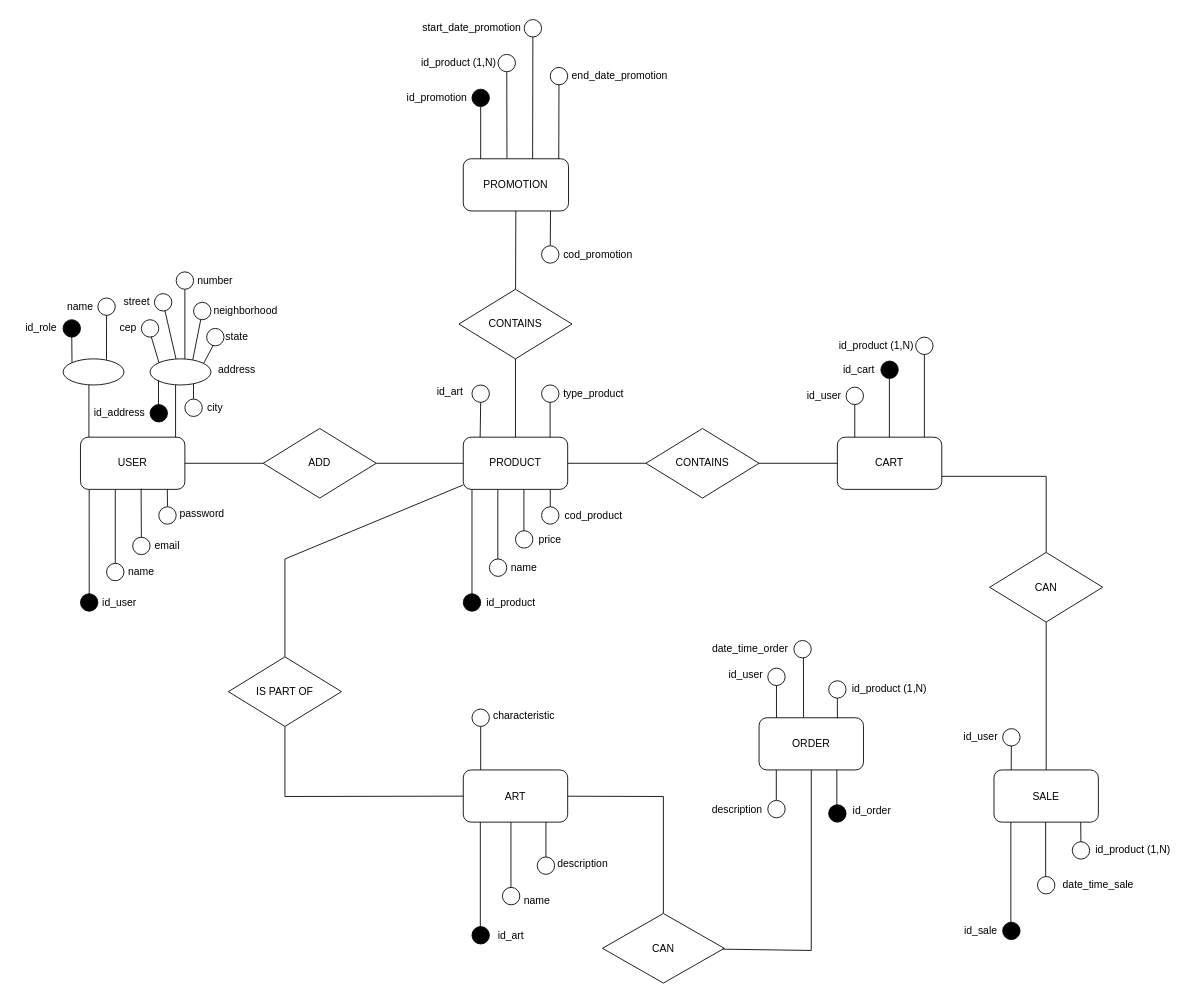
Above: documentation/mer_and_der/mer.drawio in DSM2SEM2024/100esperanca (draw.io), before the change. Source tidied: cells renumbered, new cells numbered last; positions are measured from the earlier drawing's top-left corner, leaving out a move shared by most shapes. Both pictures are drawn from the tidied source at 87%, with x=0, y=0 at pixel (15, 15).
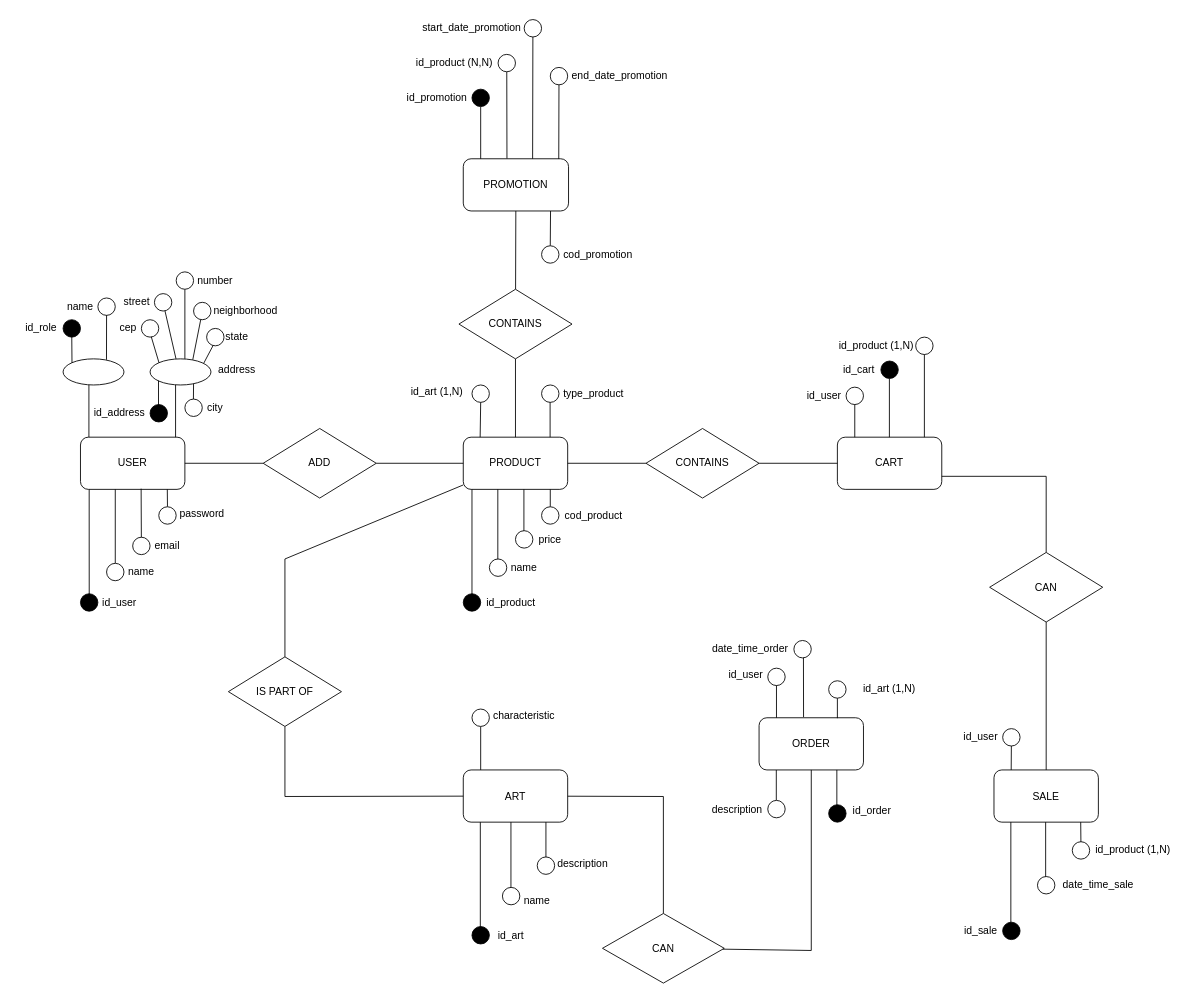
The same diagram, later.

Unchanged cells that the change refers to:
```xml
<mxCell id="122" style="group;" parent="1" vertex="1">
  <mxGeometry x="795" y="710" width="260" height="217.5" as="geometry" />
</mxCell>
```

Change to the diagram source:
```diff
@@
-    <mxCell id="76" value="id_art" style="text;html=1;align=center;verticalAlign=middle;whiteSpace=wrap;rounded=0;" parent="1" vertex="1">
-      <mxGeometry x="475" y="420" width="50" height="25" as="geometry" />
+    <mxCell id="76" value="id_art (1&lt;span style=&quot;background-color: initial;&quot;&gt;,N)&lt;/span&gt;" style="text;html=1;align=center;verticalAlign=middle;whiteSpace=wrap;rounded=0;" parent="1" vertex="1">
+      <mxGeometry x="445" y="420" width="80" height="25" as="geometry" />
     </mxCell>
@@
-    <mxCell id="112" value="id_product (1,N)" style="text;html=1;align=center;verticalAlign=middle;whiteSpace=wrap;rounded=0;" parent="1" vertex="1">
-      <mxGeometry x="465" y="40" width="90" height="30" as="geometry" />
+    <mxCell id="112" value="id_product (N,N)" style="text;html=1;align=center;verticalAlign=middle;whiteSpace=wrap;rounded=0;" parent="1" vertex="1">
+      <mxGeometry x="455" y="40" width="100" height="30" as="geometry" />
     </mxCell>
@@
-    <mxCell id="136" value="id_product (1,N)" style="text;html=1;align=center;verticalAlign=middle;whiteSpace=wrap;rounded=0;" parent="122" vertex="1">
+    <mxCell id="136" value="id_art (1,N)" style="text;html=1;align=center;verticalAlign=middle;whiteSpace=wrap;rounded=0;" parent="122" vertex="1">
       <mxGeometry x="160" y="49.2" width="100" height="30" as="geometry" />
     </mxCell>
```
